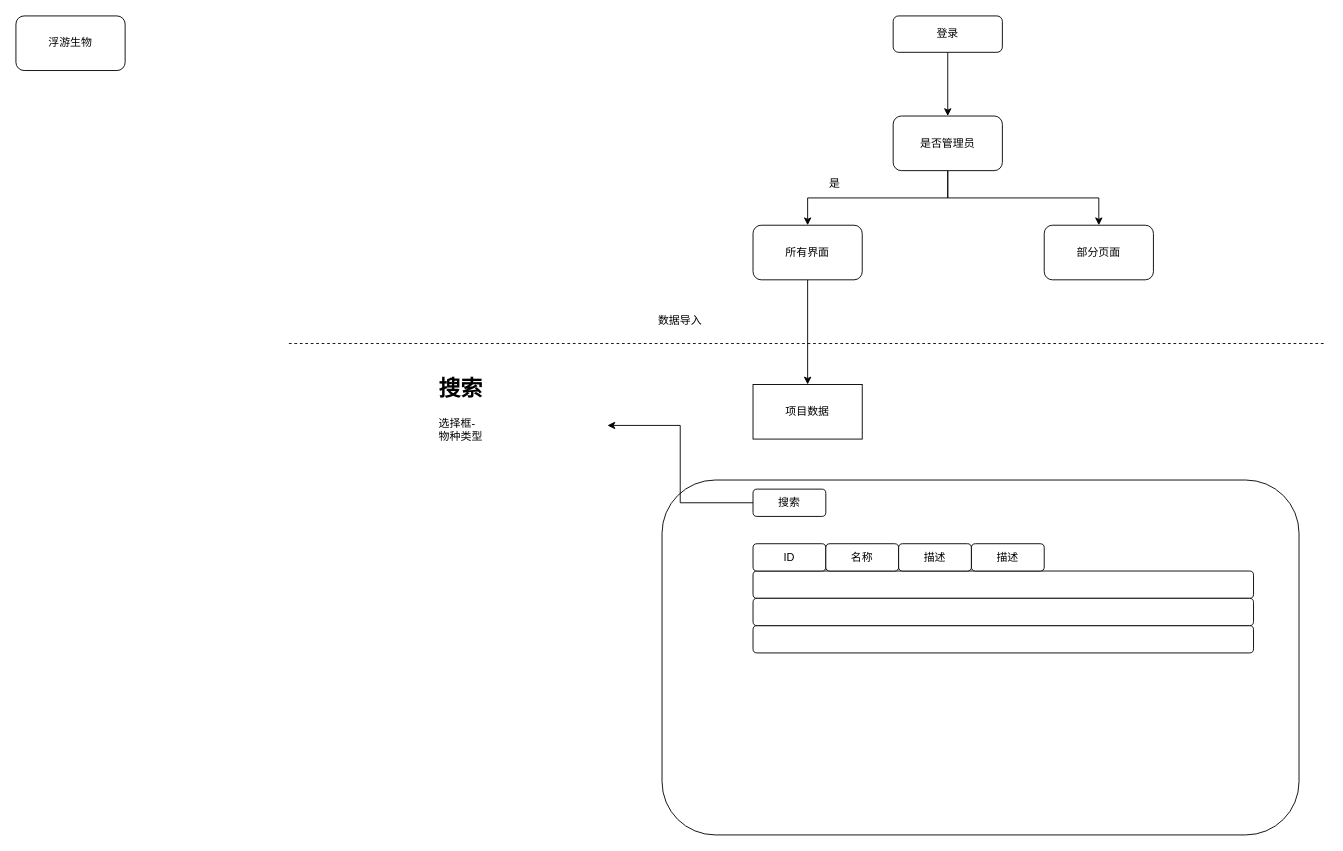
Above: page "数据导入" (1 of 4) of 未命名绘图.drawio in QuantumInnovators/DNA_Docs (draw.io), before the change. Source tidied: cells renumbered, new cells numbered last; positions are measured from the earlier drawing's top-left corner, leaving out a move shared by most shapes. Both pictures are drawn from the tidied source at 91%, with x=0, y=0 at pixel (15, 15).
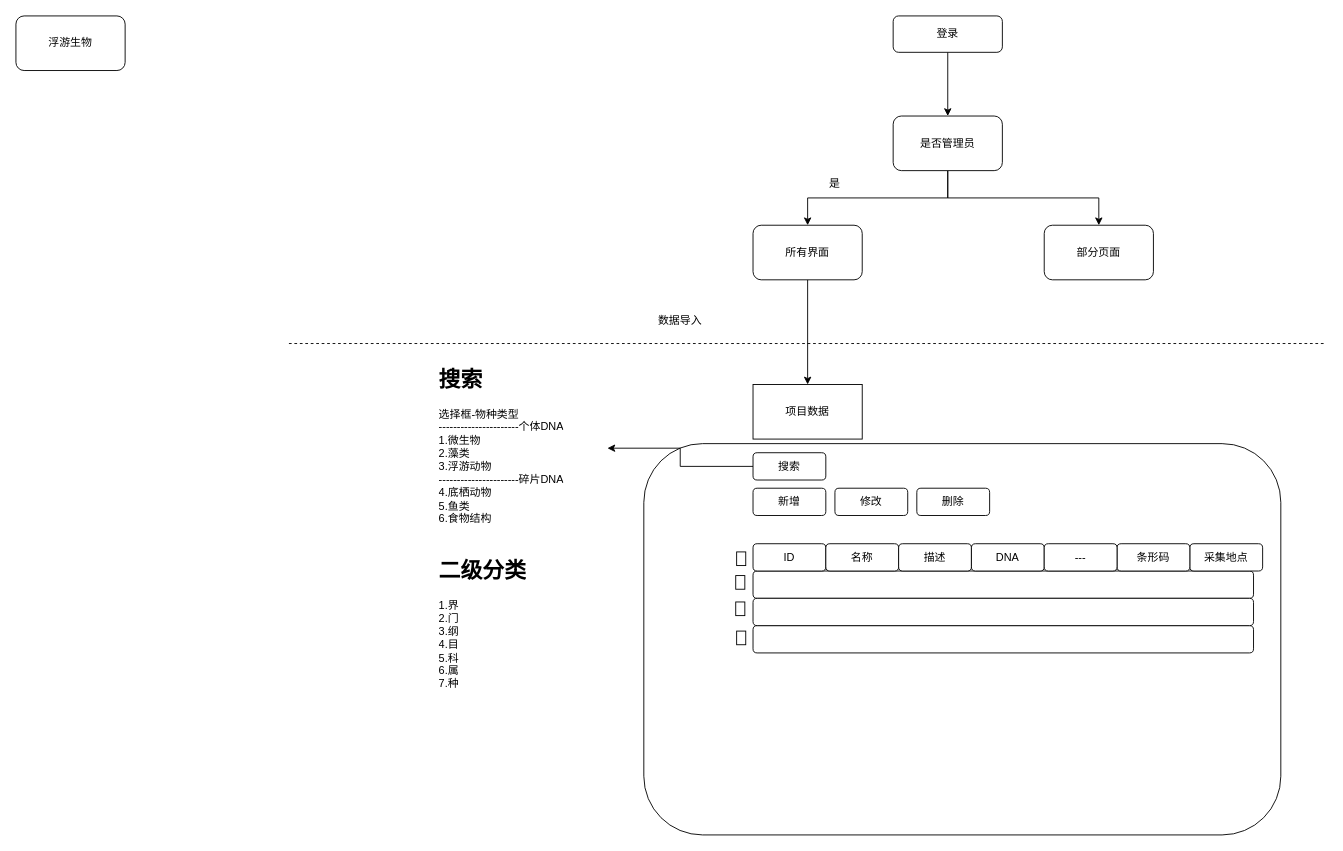
The same page after the edit.

Diff of the diagram source:
```diff
@@
     <mxCell id="14" style="rounded=1;whiteSpace=wrap;html=1;" parent="1" vertex="1">
-      <mxGeometry x="710" y="510" width="700" height="390" as="geometry" />
+      <mxGeometry x="690" y="470" width="700" height="430" as="geometry" />
     </mxCell>
@@
-    <mxCell id="21" value="描述" style="rounded=1;whiteSpace=wrap;html=1;" parent="1" vertex="1">
+    <mxCell id="21" value="DNA" style="rounded=1;whiteSpace=wrap;html=1;" parent="1" vertex="1">
       <mxGeometry x="1050" y="580" width="80" height="30" as="geometry" />
     </mxCell>
@@
     <mxCell id="23" value="搜索" style="rounded=1;whiteSpace=wrap;html=1;" parent="1" vertex="1">
-      <mxGeometry x="810" y="520" width="80" height="30" as="geometry" />
+      <mxGeometry x="810" y="480" width="80" height="30" as="geometry" />
     </mxCell>
-    <mxCell id="24" value="&lt;h1&gt;搜索&lt;/h1&gt;&lt;div&gt;选择框-&lt;/div&gt;&lt;div&gt;&lt;span style=&quot;background-color: initial;&quot;&gt;物种类型&lt;/span&gt;&lt;/div&gt;&lt;div&gt;&lt;br&gt;&lt;/div&gt;" style="text;html=1;strokeColor=none;fillColor=none;spacing=5;spacingTop=-20;whiteSpace=wrap;overflow=hidden;rounded=0;" parent="1" vertex="1">
-      <mxGeometry x="460" y="390" width="190" height="120" as="geometry" />
+    <mxCell id="24" value="&lt;h1&gt;搜索&lt;/h1&gt;&lt;div&gt;选择框-&lt;span style=&quot;background-color: initial;&quot;&gt;物种类型&lt;/span&gt;&lt;/div&gt;&lt;div&gt;----------------------个体DNA&lt;/div&gt;&lt;div&gt;&lt;span style=&quot;background-color: initial;&quot;&gt;1.微生物&lt;/span&gt;&lt;/div&gt;&lt;div&gt;&lt;span style=&quot;background-color: initial;&quot;&gt;2.藻类&lt;/span&gt;&lt;/div&gt;&lt;div&gt;&lt;span style=&quot;background-color: initial;&quot;&gt;3.浮游动物&lt;/span&gt;&lt;/div&gt;&lt;div&gt;&lt;span style=&quot;background-color: initial;&quot;&gt;----------------------碎片DNA&lt;/span&gt;&lt;/div&gt;&lt;div&gt;&lt;span style=&quot;background-color: initial;&quot;&gt;4.底栖动物&lt;/span&gt;&lt;/div&gt;&lt;div&gt;&lt;span style=&quot;background-color: initial;&quot;&gt;5.鱼类&lt;/span&gt;&lt;/div&gt;&lt;div&gt;&lt;span style=&quot;background-color: initial;&quot;&gt;6.食物结构&lt;/span&gt;&lt;/div&gt;&lt;div&gt;&lt;br&gt;&lt;/div&gt;" style="text;html=1;strokeColor=none;fillColor=none;spacing=5;spacingTop=-20;whiteSpace=wrap;overflow=hidden;rounded=0;" parent="1" vertex="1">
+      <mxGeometry x="460" y="380" width="190" height="190" as="geometry" />
     </mxCell>
@@
+    <mxCell id="26" value="采集地点" style="rounded=1;whiteSpace=wrap;html=1;" parent="1" vertex="1">
+      <mxGeometry x="1290" y="580" width="80" height="30" as="geometry" />
+    </mxCell>
+    <mxCell id="27" value="条形码" style="rounded=1;whiteSpace=wrap;html=1;" parent="1" vertex="1">
+      <mxGeometry x="1210" y="580" width="80" height="30" as="geometry" />
+    </mxCell>
+    <mxCell id="28" value="&lt;h1&gt;二级分类&lt;/h1&gt;&lt;div&gt;1.界&lt;/div&gt;&lt;div&gt;2.门&lt;/div&gt;&lt;div&gt;3.纲&lt;/div&gt;&lt;div&gt;4.目&lt;/div&gt;&lt;div&gt;5.科&lt;/div&gt;&lt;div&gt;6.属&lt;/div&gt;&lt;div&gt;7.种&lt;/div&gt;" style="text;html=1;strokeColor=none;fillColor=none;spacing=5;spacingTop=-20;whiteSpace=wrap;overflow=hidden;rounded=0;" parent="1" vertex="1">
+      <mxGeometry x="460" y="590" width="190" height="180" as="geometry" />
+    </mxCell>
+    <mxCell id="29" value="---" style="rounded=1;whiteSpace=wrap;html=1;" parent="1" vertex="1">
+      <mxGeometry x="1130" y="580" width="80" height="30" as="geometry" />
+    </mxCell>
+    <mxCell id="30" value="新增" style="rounded=1;whiteSpace=wrap;html=1;" parent="1" vertex="1">
+      <mxGeometry x="810" y="519" width="80" height="30" as="geometry" />
+    </mxCell>
+    <mxCell id="31" value="修改" style="rounded=1;whiteSpace=wrap;html=1;" parent="1" vertex="1">
+      <mxGeometry x="900" y="519" width="80" height="30" as="geometry" />
+    </mxCell>
+    <mxCell id="32" value="删除" style="rounded=1;whiteSpace=wrap;html=1;" parent="1" vertex="1">
+      <mxGeometry x="990" y="519" width="80" height="30" as="geometry" />
+    </mxCell>
+    <mxCell id="33" style="rounded=0;whiteSpace=wrap;html=1;" parent="1" vertex="1">
+      <mxGeometry x="791" y="615" width="10" height="15" as="geometry" />
+    </mxCell>
+    <mxCell id="34" style="rounded=0;whiteSpace=wrap;html=1;" parent="1" vertex="1">
+      <mxGeometry x="791" y="644" width="10" height="15" as="geometry" />
+    </mxCell>
+    <mxCell id="35" style="rounded=0;whiteSpace=wrap;html=1;" parent="1" vertex="1">
+      <mxGeometry x="792" y="676" width="10" height="15" as="geometry" />
+    </mxCell>
+    <mxCell id="36" style="rounded=0;whiteSpace=wrap;html=1;" parent="1" vertex="1">
+      <mxGeometry x="792" y="589" width="10" height="15" as="geometry" />
+    </mxCell>
```
